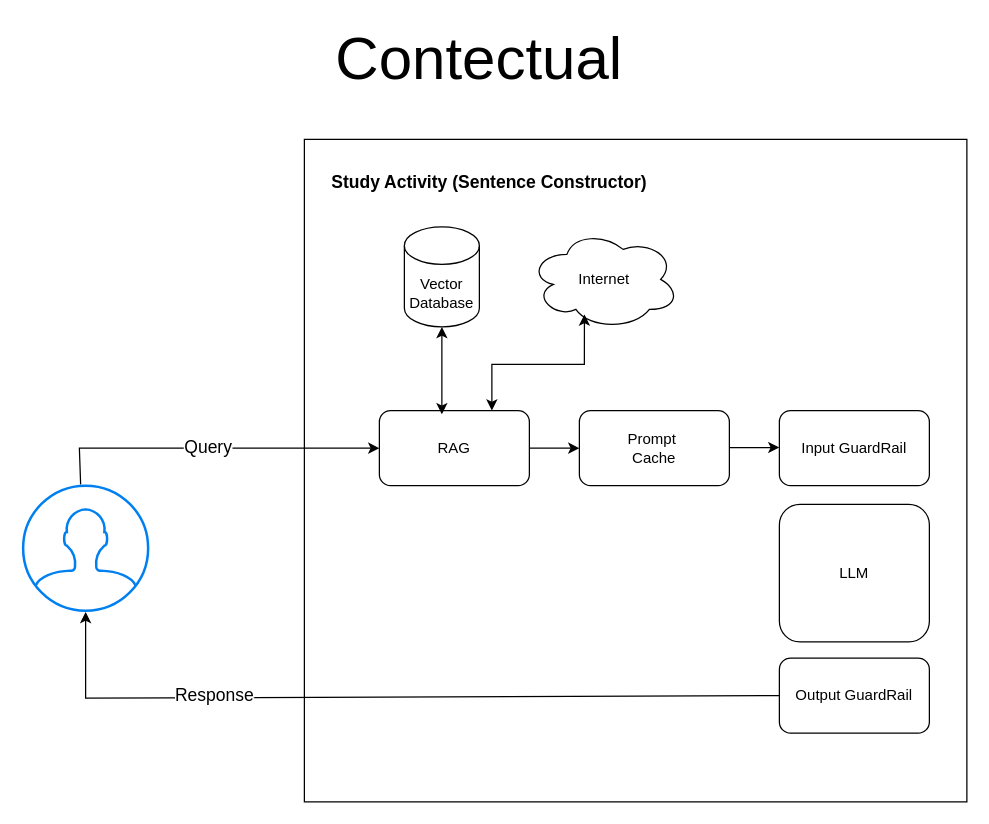
Earlier version of the draw.io diagram genai-architecting/genai-architecture.drawio (kmb40/gen-ai-bootcamp-2025). Source tidied: cells renumbered, new cells numbered last; positions are measured from the earlier drawing's top-left corner, leaving out a move shared by most shapes. Both pictures are drawn from the tidied source at 125%, with x=0, y=0 at pixel (22, 39).
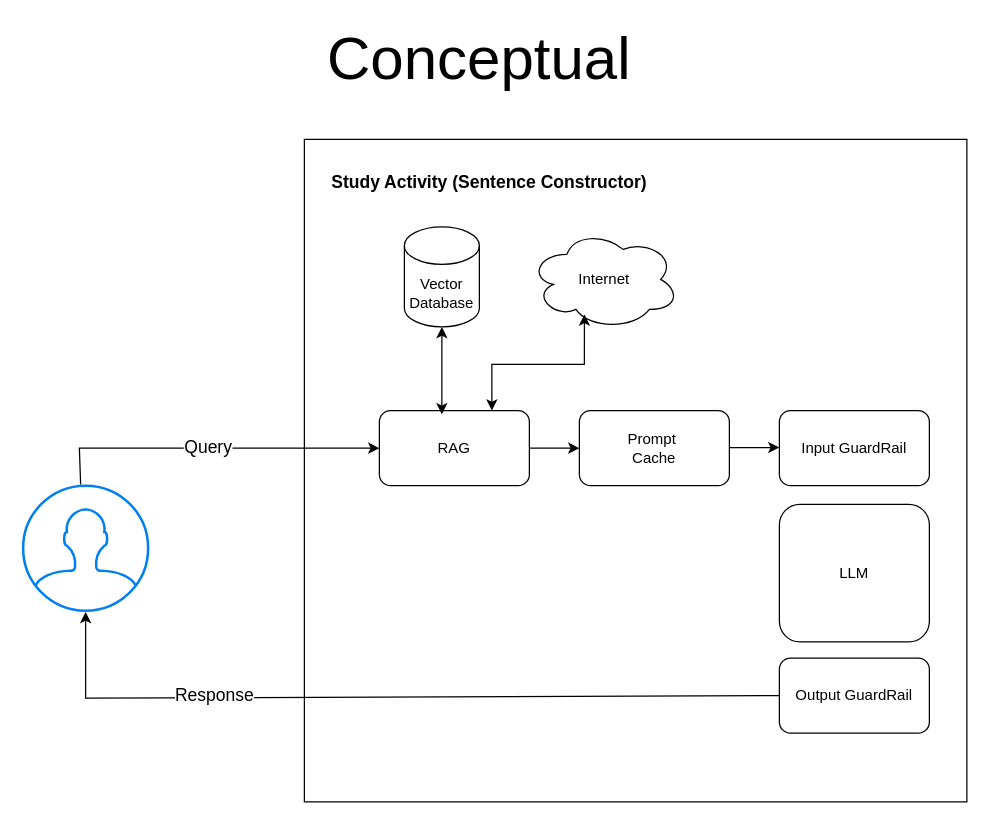
After the change.

Diff of the diagram source:
```diff
@@
-    <mxCell id="2" value="&lt;font style=&quot;font-size: 48px;&quot;&gt;Contectual&lt;/font&gt;" style="text;html=1;align=center;verticalAlign=middle;whiteSpace=wrap;rounded=0;" parent="1" vertex="1">
+    <mxCell id="2" value="&lt;font style=&quot;font-size: 48px;&quot;&gt;Conceptual&lt;/font&gt;" style="text;html=1;align=center;verticalAlign=middle;whiteSpace=wrap;rounded=0;" parent="1" vertex="1">
       <mxGeometry x="335" width="60" height="30" as="geometry" />
     </mxCell>
```
